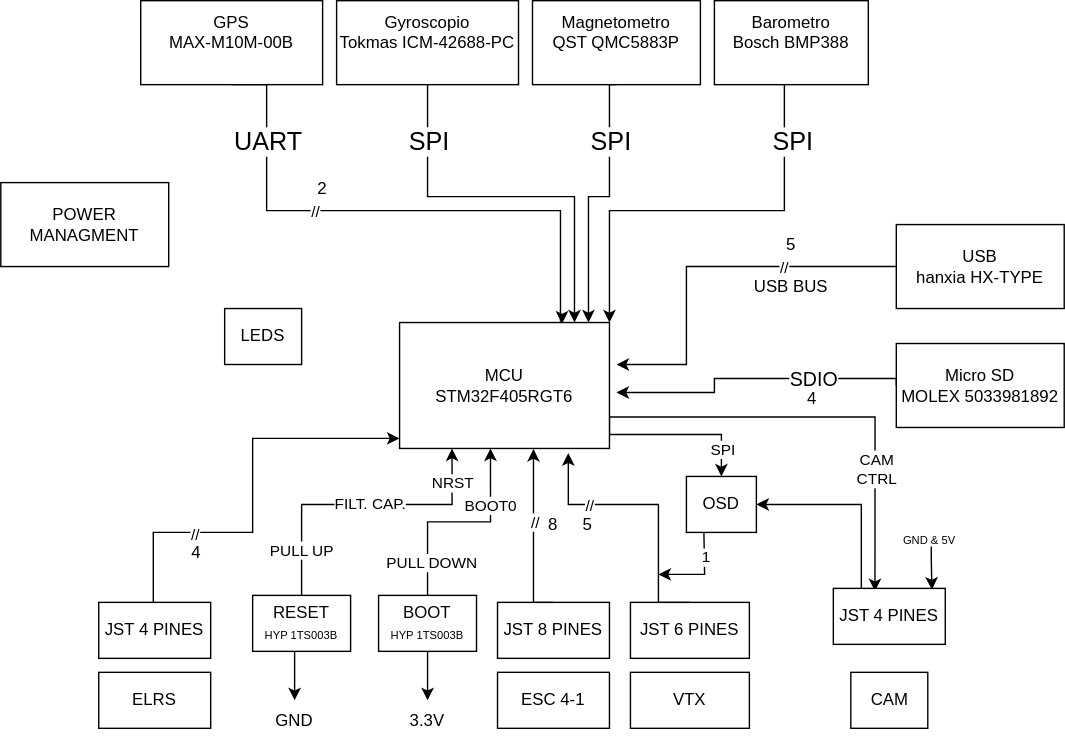
Lucas-el-pato/FC-DRON-P3 keeps this draw.io diagram as Diagrama de bloques FC Dron.drawio.svg. Above is the earlier version. Source tidied: cells renumbered, new cells last; positions are measured from the earlier drawing's top-left corner, leaving out a move shared by most shapes.
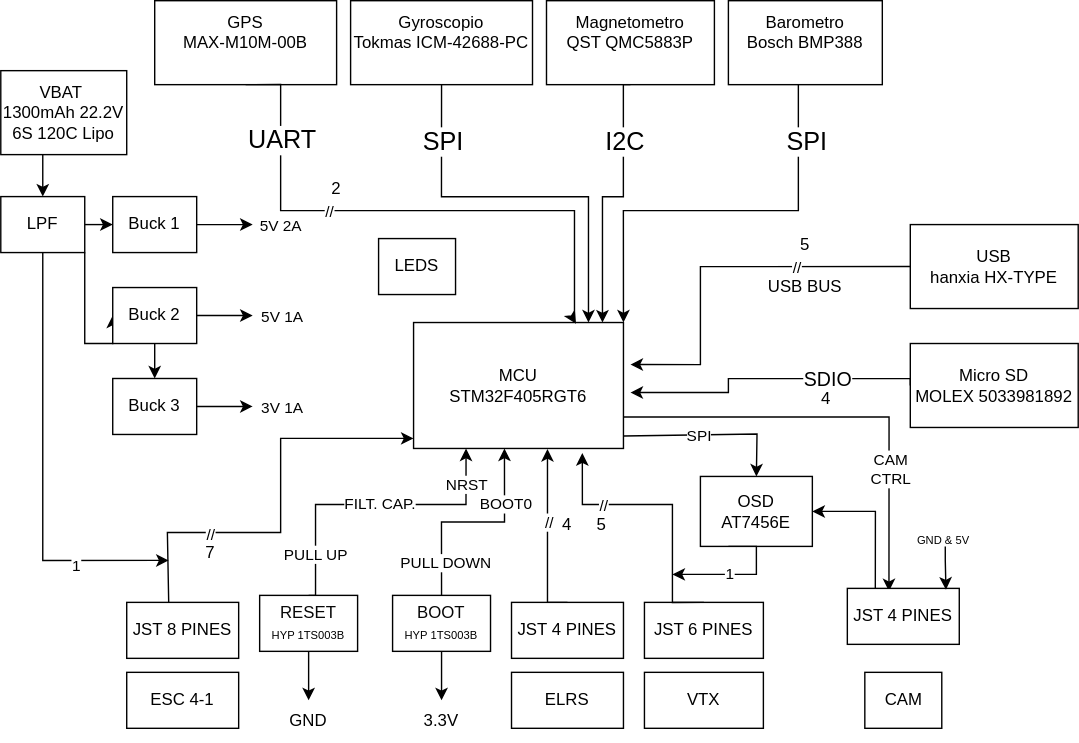
After the change.

Diff of the diagram source:
```diff
@@ -2,19 +2,6 @@
   <root>
     <mxCell id="0" />
     <mxCell id="1" parent="0" />
-    <mxCell id="2" style="edgeStyle=orthogonalEdgeStyle;rounded=0;jettySize=auto;html=1;exitX=1;exitY=0.75;exitDx=0;exitDy=0;entryX=0.5;entryY=0;entryDx=0;entryDy=0;" parent="1" edge="1" source="6" target="60">
-      <mxGeometry relative="1" as="geometry">
-        <Array as="points">
-          <mxPoint x="435" y="310" />
-          <mxPoint x="515" y="310" />
-        </Array>
-      </mxGeometry>
-    </mxCell>
-    <mxCell id="3" value="SPI" style="edgeLabel;html=1;align=center;verticalAlign=middle;" parent="2" vertex="1">
-      <mxGeometry x="0.58" relative="1" as="geometry">
-        <mxPoint y="6" as="offset" />
-      </mxGeometry>
-    </mxCell>
     <mxCell id="4" style="edgeStyle=orthogonalEdgeStyle;rounded=0;jettySize=auto;html=1;exitX=1;exitY=0.75;exitDx=0;exitDy=0;entryX=0.372;entryY=0.051;entryDx=0;entryDy=0;entryPerimeter=0;" parent="1" edge="1" source="6" target="63">
       <mxGeometry relative="1" as="geometry" />
     </mxCell>
@@ -46,7 +33,7 @@
         </Array>
       </mxGeometry>
     </mxCell>
-    <mxCell id="10" value="&lt;font style=&quot;font-size: 18px;&quot;&gt;SPI&lt;/font&gt;" style="edgeLabel;html=1;align=center;verticalAlign=middle;" parent="9" vertex="1">
+    <mxCell id="10" value="&lt;span style=&quot;font-size: 18px;&quot;&gt;I2C&lt;/span&gt;" style="edgeLabel;html=1;align=center;verticalAlign=middle;" parent="9" vertex="1">
       <mxGeometry x="-0.18" y="-3" relative="1" as="geometry">
         <mxPoint x="3" y="-33" as="offset" />
       </mxGeometry>
@@ -113,15 +100,9 @@
     <mxCell id="22" value="&lt;div&gt;Micro SD&lt;/div&gt;MOLEX 5033981892" style="rounded=0;whiteSpace=wrap;html=1;fillColor=light-dark(#FFFFFF,#FF00CB);" parent="1" vertex="1">
       <mxGeometry x="640" y="245" width="120" height="60" as="geometry" />
     </mxCell>
-    <mxCell id="23" value="ESC 4-1" style="rounded=0;whiteSpace=wrap;html=1;" parent="1" vertex="1">
-      <mxGeometry x="355" y="480" width="80" height="40" as="geometry" />
-    </mxCell>
     <mxCell id="24" value="VTX" style="rounded=0;whiteSpace=wrap;html=1;" parent="1" vertex="1">
       <mxGeometry x="450" y="480" width="85" height="40" as="geometry" />
     </mxCell>
-    <mxCell id="25" value="&lt;font style=&quot;color: light-dark(rgb(0, 0, 0), rgb(0, 0, 0));&quot;&gt;JST 8 PINES&lt;/font&gt;" style="rounded=0;whiteSpace=wrap;html=1;fillColor=light-dark(#FFFFFF,#00FF80);" parent="1" vertex="1">
-      <mxGeometry x="355" y="430" width="80" height="40" as="geometry" />
-    </mxCell>
     <mxCell id="26" value="&lt;font style=&quot;color: light-dark(rgb(0, 0, 0), rgb(0, 0, 0));&quot;&gt;JST 6 PINES&lt;/font&gt;" style="rounded=0;whiteSpace=wrap;html=1;fillColor=light-dark(#FFFFFF,#00FF80);" parent="1" vertex="1">
       <mxGeometry x="450" y="430" width="85" height="40" as="geometry" />
     </mxCell>
@@ -142,8 +123,16 @@
     <mxCell id="29" value="USB&lt;div&gt;hanxia HX-TYPE&lt;/div&gt;" style="rounded=0;whiteSpace=wrap;html=1;fillColor=light-dark(#FFFFFF,#8C00FF);" parent="1" vertex="1">
       <mxGeometry x="640" y="160" width="120" height="60" as="geometry" />
     </mxCell>
+    <mxCell id="68" style="edgeStyle=orthogonalEdgeStyle;rounded=0;jettySize=auto;html=1;entryX=0.5;entryY=0;entryDx=0;entryDy=0;" parent="1" edge="1" source="30" target="74">
+      <mxGeometry relative="1" as="geometry">
+        <Array as="points">
+          <mxPoint x="20" y="130" />
+          <mxPoint x="20" y="130" />
+        </Array>
+      </mxGeometry>
+    </mxCell>
-    <mxCell id="30" value="POWER MANAGMENT" style="rounded=0;whiteSpace=wrap;html=1;fillColor=light-dark(#FFFFFF,#FF8000);" parent="1" vertex="1">
-      <mxGeometry y="130" width="120" height="60" as="geometry" />
+    <mxCell id="30" value="VBAT&amp;nbsp;&lt;div&gt;&lt;span style=&quot;background-color: transparent; color: light-dark(rgb(0, 0, 0), rgb(255, 255, 255));&quot;&gt;1300mAh 22.2V 6S 120C Lipo&lt;/span&gt;&lt;/div&gt;" style="rounded=0;whiteSpace=wrap;html=1;fillColor=light-dark(#FFFFFF,#FF8000);" parent="1" vertex="1">
+      <mxGeometry x="-10" y="50" width="90" height="60" as="geometry" />
     </mxCell>
     <mxCell id="31" value="&lt;font style=&quot;color: light-dark(rgb(7, 7, 7), rgb(0, 0, 0));&quot;&gt;BOOT&lt;/font&gt;&lt;div&gt;&lt;font style=&quot;&quot;&gt;&lt;font style=&quot;font-size: 8px; color: light-dark(rgb(0, 0, 0), rgb(0, 0, 0));&quot;&gt;HYP 1TS003B&lt;/font&gt;&lt;/font&gt;&lt;/div&gt;" style="rounded=0;whiteSpace=wrap;html=1;fillColor=light-dark(#FFFFFF,#00FFFA);" parent="1" vertex="1">
       <mxGeometry x="270" y="425" width="70" height="40" as="geometry" />
@@ -170,7 +159,7 @@
       <mxGeometry x="-0.69" y="1" relative="1" as="geometry" />
     </mxCell>
     <mxCell id="36" value="&lt;font style=&quot;color: light-dark(rgb(7, 7, 7), rgb(0, 0, 0));&quot;&gt;RESET&lt;/font&gt;&lt;div&gt;&lt;font style=&quot;&quot;&gt;&lt;font style=&quot;font-size: 8px; color: light-dark(rgb(0, 0, 0), rgb(0, 0, 0));&quot;&gt;HYP 1TS003B&lt;/font&gt;&lt;/font&gt;&lt;/div&gt;" style="rounded=0;whiteSpace=wrap;html=1;fillColor=light-dark(#FFFFFF,#00FFFA);" parent="1" vertex="1">
-      <mxGeometry x="180" y="425" width="70" height="40" as="geometry" />
+      <mxGeometry x="175" y="425" width="70" height="40" as="geometry" />
     </mxCell>
     <mxCell id="37" value="5" style="text;html=1;whiteSpace=wrap;strokeColor=none;fillColor=none;align=center;verticalAlign=middle;rounded=0;" parent="1" vertex="1">
       <mxGeometry x="535" y="160" width="60" height="30" as="geometry" />
@@ -215,8 +204,9 @@
     <mxCell id="46" value="GND" style="text;html=1;whiteSpace=wrap;strokeColor=none;fillColor=none;align=center;verticalAlign=middle;rounded=0;" parent="1" vertex="1">
       <mxGeometry x="180" y="500" width="60" height="30" as="geometry" />
     </mxCell>
-    <mxCell id="47" style="edgeStyle=orthogonalEdgeStyle;rounded=0;jettySize=auto;html=1;entryX=0.638;entryY=1.004;entryDx=0;entryDy=0;entryPerimeter=0;exitX=0.5;exitY=0;exitDx=0;exitDy=0;" parent="1" edge="1" source="25" target="6">
+    <mxCell id="47" style="edgeStyle=orthogonalEdgeStyle;rounded=0;jettySize=auto;html=1;entryX=0.638;entryY=1.004;entryDx=0;entryDy=0;entryPerimeter=0;exitX=0.5;exitY=0;exitDx=0;exitDy=0;" parent="1" edge="1" target="6">
       <mxGeometry relative="1" as="geometry">
+        <mxPoint x="395" y="430" as="sourcePoint" />
         <Array as="points">
           <mxPoint x="381" y="430" />
         </Array>
@@ -225,7 +215,7 @@
     <mxCell id="48" value="//" style="edgeLabel;html=1;align=center;verticalAlign=middle;" parent="47" vertex="1">
       <mxGeometry x="0.15" y="-1" relative="1" as="geometry" />
     </mxCell>
-    <mxCell id="49" value="8" style="text;html=1;whiteSpace=wrap;strokeColor=none;fillColor=none;align=center;verticalAlign=middle;rounded=0;" parent="1" vertex="1">
+    <mxCell id="49" value="4" style="text;html=1;whiteSpace=wrap;strokeColor=none;fillColor=none;align=center;verticalAlign=middle;rounded=0;" parent="1" vertex="1">
       <mxGeometry x="365" y="360" width="60" height="30" as="geometry" />
     </mxCell>
     <mxCell id="50" style="edgeStyle=orthogonalEdgeStyle;rounded=0;jettySize=auto;html=1;exitX=0.5;exitY=0;exitDx=0;exitDy=0;entryX=0.804;entryY=1.037;entryDx=0;entryDy=0;entryPerimeter=0;" parent="1" edge="1" source="26" target="6">
@@ -245,27 +235,22 @@
     <mxCell id="52" value="5" style="text;html=1;whiteSpace=wrap;strokeColor=none;fillColor=none;align=center;verticalAlign=middle;rounded=0;" parent="1" vertex="1">
       <mxGeometry x="402.5" y="370" width="32.5" height="10" as="geometry" />
     </mxCell>
-    <mxCell id="53" value="ELRS" style="whiteSpace=wrap;html=1;" parent="1" vertex="1">
-      <mxGeometry x="70" y="480" width="80" height="40" as="geometry" />
-    </mxCell>
-    <mxCell id="54" value="&lt;font style=&quot;color: light-dark(rgb(0, 0, 0), rgb(0, 0, 0));&quot;&gt;JST 4 PINES&lt;/font&gt;" style="rounded=0;whiteSpace=wrap;html=1;fillColor=light-dark(#FFFFFF,#00FF80);" parent="1" vertex="1">
-      <mxGeometry x="70" y="430" width="80" height="40" as="geometry" />
-    </mxCell>
-    <mxCell id="55" style="edgeStyle=orthogonalEdgeStyle;rounded=0;jettySize=auto;html=1;exitX=0.5;exitY=0;exitDx=0;exitDy=0;entryX=0.006;entryY=0.92;entryDx=0;entryDy=0;entryPerimeter=0;" parent="1" edge="1" source="54">
+    <mxCell id="55" style="edgeStyle=orthogonalEdgeStyle;rounded=0;orthogonalLoop=1;jettySize=auto;html=1;exitX=0.5;exitY=0;exitDx=0;exitDy=0;entryX=0.006;entryY=0.92;entryDx=0;entryDy=0;entryPerimeter=0;" parent="1" edge="1">
       <mxGeometry relative="1" as="geometry">
+        <mxPoint x="110" y="430" as="sourcePoint" />
         <mxPoint x="285" y="312.8" as="targetPoint" />
         <Array as="points">
           <mxPoint x="109" y="430" />
           <mxPoint x="109" y="380" />
-          <mxPoint x="180" y="380" />
-          <mxPoint x="180" y="313" />
+          <mxPoint x="190" y="380" />
+          <mxPoint x="190" y="313" />
         </Array>
       </mxGeometry>
     </mxCell>
     <mxCell id="56" value="//" style="edgeLabel;html=1;align=center;verticalAlign=middle;" parent="55" vertex="1">
       <mxGeometry x="-0.45" y="-1" relative="1" as="geometry" />
     </mxCell>
-    <mxCell id="57" value="4" style="text;html=1;whiteSpace=wrap;strokeColor=none;fillColor=none;align=center;verticalAlign=middle;rounded=0;" parent="1" vertex="1">
+    <mxCell id="57" value="7" style="text;html=1;whiteSpace=wrap;strokeColor=none;fillColor=none;align=center;verticalAlign=middle;rounded=0;" parent="1" vertex="1">
       <mxGeometry x="110" y="380" width="60" height="30" as="geometry" />
     </mxCell>
     <mxCell id="58" value="2" style="text;html=1;whiteSpace=wrap;strokeColor=none;fillColor=none;align=center;verticalAlign=middle;rounded=0;" parent="1" vertex="1">
@@ -274,19 +259,22 @@
     <mxCell id="59" style="edgeStyle=orthogonalEdgeStyle;rounded=0;jettySize=auto;html=1;entryX=1;entryY=0.5;entryDx=0;entryDy=0;exitX=0.25;exitY=0;exitDx=0;exitDy=0;" parent="1" edge="1" source="63" target="60">
       <mxGeometry relative="1" as="geometry" />
     </mxCell>
-    <mxCell id="60" value="OSD" style="whiteSpace=wrap;html=1;" parent="1" vertex="1">
-      <mxGeometry x="490" y="340" width="50" height="40" as="geometry" />
+    <mxCell id="60" value="OSD&lt;div&gt;AT7456E&lt;/div&gt;" style="whiteSpace=wrap;html=1;fillColor=light-dark(#FFFFFF,#1C461C);" parent="1" vertex="1">
+      <mxGeometry x="490" y="340" width="80" height="50" as="geometry" />
     </mxCell>
     <mxCell id="61" style="endArrow=classic;html=1;rounded=0;exitX=0.25;exitY=1;exitDx=0;exitDy=0;" parent="1" edge="1" source="60">
       <mxGeometry relative="1" as="geometry">
         <mxPoint x="470" y="410" as="targetPoint" />
         <Array as="points">
-          <mxPoint x="503" y="410" />
+          <mxPoint x="530" y="390" />
+          <mxPoint x="530" y="410" />
         </Array>
       </mxGeometry>
     </mxCell>
     <mxCell id="62" value="1" style="edgeLabel;html=1;align=center;verticalAlign=middle;" parent="61" vertex="1">
-      <mxGeometry x="-0.43" y="1" relative="1" as="geometry" />
+      <mxGeometry x="-0.43" y="1" relative="1" as="geometry">
+        <mxPoint x="-21" y="11" as="offset" />
+      </mxGeometry>
     </mxCell>
     <mxCell id="63" value="&lt;font style=&quot;color: light-dark(rgb(0, 0, 0), rgb(0, 0, 0));&quot;&gt;JST 4 PINES&lt;/font&gt;" style="rounded=0;whiteSpace=wrap;html=1;fillColor=light-dark(#FFFFFF,#00FF80);" parent="1" vertex="1">
       <mxGeometry x="595" y="420" width="80" height="40" as="geometry" />
@@ -306,7 +294,96 @@
       <mxGeometry x="630" y="370" width="70" height="30" as="geometry" />
     </mxCell>
     <mxCell id="67" value="LEDS" style="whiteSpace=wrap;html=1;" parent="1" vertex="1">
-      <mxGeometry x="160" y="220" width="55" height="40" as="geometry" />
+      <mxGeometry x="260" y="170" width="55" height="40" as="geometry" />
     </mxCell>
+    <mxCell id="69" style="endArrow=classic;html=1;rounded=0;exitX=0.997;exitY=0.904;exitDx=0;exitDy=0;exitPerimeter=0;entryX=0.5;entryY=0;entryDx=0;entryDy=0;" parent="1" edge="1" target="60">
+      <mxGeometry relative="1" as="geometry">
+        <mxPoint x="435" y="311.1" as="sourcePoint" />
+        <Array as="points">
+          <mxPoint x="530.5" y="309.7" />
+        </Array>
+      </mxGeometry>
+    </mxCell>
+    <mxCell id="3" value="SPI" style="edgeLabel;html=1;align=center;verticalAlign=middle;" parent="69" vertex="1">
+      <mxGeometry x="0.67" relative="1" as="geometry">
+        <mxPoint x="-42" y="-9" as="offset" />
+      </mxGeometry>
+    </mxCell>
+    <mxCell id="70" style="edgeStyle=orthogonalEdgeStyle;rounded=0;jettySize=auto;html=1;" parent="1" edge="1" source="74">
+      <mxGeometry relative="1" as="geometry">
+        <mxPoint x="110" y="400" as="targetPoint" />
+        <Array as="points">
+          <mxPoint x="20" y="400" />
+        </Array>
+      </mxGeometry>
+    </mxCell>
+    <mxCell id="71" value="1" style="edgeLabel;html=1;align=center;verticalAlign=middle;" parent="70" vertex="1">
+      <mxGeometry x="0.57" y="-3" relative="1" as="geometry" />
+    </mxCell>
+    <mxCell id="72" style="edgeStyle=orthogonalEdgeStyle;rounded=0;jettySize=auto;html=1;exitX=1;exitY=0.5;exitDx=0;exitDy=0;entryX=0;entryY=0.5;entryDx=0;entryDy=0;" parent="1" edge="1" source="74" target="77">
+      <mxGeometry relative="1" as="geometry" />
+    </mxCell>
+    <mxCell id="73" style="edgeStyle=orthogonalEdgeStyle;rounded=0;jettySize=auto;html=1;entryX=0;entryY=0.5;entryDx=0;entryDy=0;" parent="1" edge="1" source="74" target="80">
+      <mxGeometry relative="1" as="geometry">
+        <Array as="points">
+          <mxPoint x="50" y="245" />
+        </Array>
+      </mxGeometry>
+    </mxCell>
+    <mxCell id="74" value="LPF" style="rounded=0;whiteSpace=wrap;html=1;fillColor=light-dark(#FFFFFF,#FF8000);" parent="1" vertex="1">
+      <mxGeometry x="-10" y="140" width="60" height="40" as="geometry" />
+    </mxCell>
+    <mxCell id="53" value="ELRS" style="whiteSpace=wrap;html=1;" parent="1" vertex="1">
+      <mxGeometry x="355" y="480" width="80" height="40" as="geometry" />
+    </mxCell>
+    <mxCell id="54" value="&lt;font style=&quot;color: light-dark(rgb(0, 0, 0), rgb(0, 0, 0));&quot;&gt;JST 4 PINES&lt;/font&gt;" style="rounded=0;whiteSpace=wrap;html=1;fillColor=light-dark(#FFFFFF,#00FF80);" parent="1" vertex="1">
+      <mxGeometry x="355" y="430" width="80" height="40" as="geometry" />
+    </mxCell>
+    <mxCell id="23" value="ESC 4-1" style="rounded=0;whiteSpace=wrap;html=1;" parent="1" vertex="1">
+      <mxGeometry x="80" y="480" width="80" height="40" as="geometry" />
+    </mxCell>
+    <mxCell id="25" value="&lt;font style=&quot;color: light-dark(rgb(0, 0, 0), rgb(0, 0, 0));&quot;&gt;JST 8 PINES&lt;/font&gt;" style="rounded=0;whiteSpace=wrap;html=1;fillColor=light-dark(#FFFFFF,#00FF80);" parent="1" vertex="1">
+      <mxGeometry x="80" y="430" width="80" height="40" as="geometry" />
+    </mxCell>
+    <mxCell id="75" style="edgeStyle=orthogonalEdgeStyle;rounded=0;jettySize=auto;html=1;" parent="1" edge="1" source="77">
+      <mxGeometry relative="1" as="geometry">
+        <mxPoint x="170" y="160" as="targetPoint" />
+      </mxGeometry>
+    </mxCell>
+    <mxCell id="76" value="5V 2A" style="edgeLabel;html=1;align=center;verticalAlign=middle;" parent="75" vertex="1">
+      <mxGeometry x="-0.15" relative="1" as="geometry">
+        <mxPoint x="43" as="offset" />
+      </mxGeometry>
+    </mxCell>
+    <mxCell id="77" value="Buck 1" style="rounded=0;whiteSpace=wrap;html=1;fillColor=light-dark(#FFFFFF,#FF8000);" parent="1" vertex="1">
+      <mxGeometry x="70" y="140" width="60" height="40" as="geometry" />
+    </mxCell>
+    <mxCell id="78" style="edgeStyle=orthogonalEdgeStyle;rounded=0;jettySize=auto;html=1;entryX=0.5;entryY=0;entryDx=0;entryDy=0;" parent="1" edge="1" source="80" target="82">
+      <mxGeometry relative="1" as="geometry" />
+    </mxCell>
+    <mxCell id="79" style="edgeStyle=orthogonalEdgeStyle;rounded=0;jettySize=auto;html=1;" parent="1" edge="1" source="80">
+      <mxGeometry relative="1" as="geometry">
+        <mxPoint x="170" y="225" as="targetPoint" />
+      </mxGeometry>
+    </mxCell>
+    <mxCell id="80" value="Buck 2" style="rounded=0;whiteSpace=wrap;html=1;fillColor=light-dark(#FFFFFF,#FF8000);" parent="1" vertex="1">
+      <mxGeometry x="70" y="205" width="60" height="40" as="geometry" />
+    </mxCell>
+    <mxCell id="81" style="edgeStyle=orthogonalEdgeStyle;rounded=0;jettySize=auto;html=1;" parent="1" edge="1" source="82">
+      <mxGeometry relative="1" as="geometry">
+        <mxPoint x="170" y="290" as="targetPoint" />
+      </mxGeometry>
+    </mxCell>
+    <mxCell id="82" value="Buck 3" style="rounded=0;whiteSpace=wrap;html=1;fillColor=light-dark(#FFFFFF,#FF8000);" parent="1" vertex="1">
+      <mxGeometry x="70" y="270" width="60" height="40" as="geometry" />
+    </mxCell>
+    <mxCell id="83" value="5V 1A" style="edgeLabel;html=1;align=center;verticalAlign=middle;" parent="1" vertex="1">
+      <mxGeometry x="190" y="225" as="geometry" />
+    </mxCell>
+    <mxCell id="84" value="3V 1A" style="edgeLabel;html=1;align=center;verticalAlign=middle;" parent="1" vertex="1">
+      <mxGeometry x="200" y="280" as="geometry">
+        <mxPoint x="-10" y="10" as="offset" />
+      </mxGeometry>
+    </mxCell>
   </root>
 </mxGraphModel>
```
